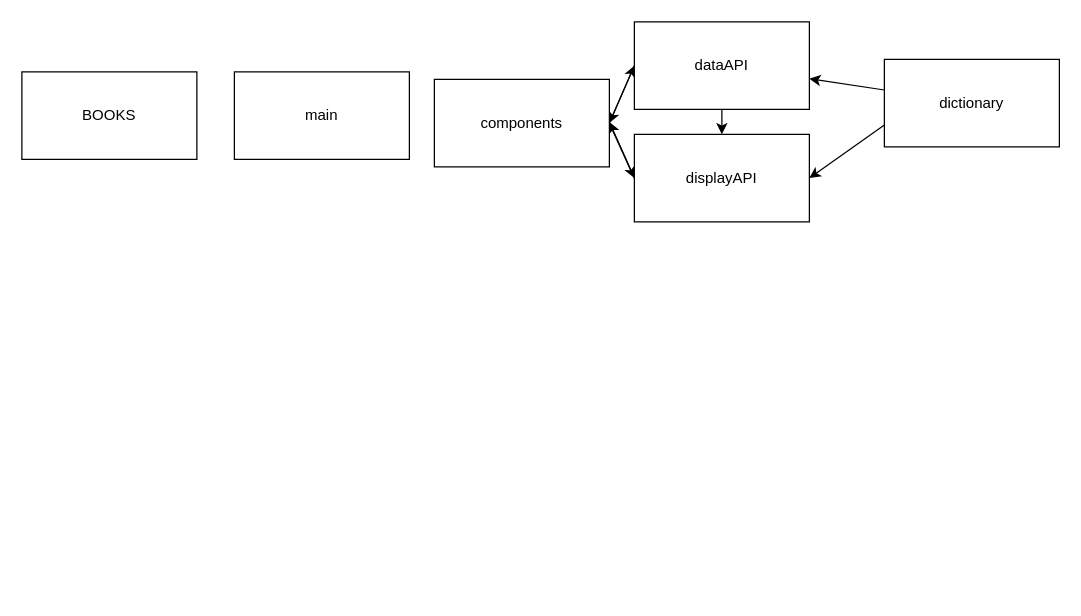
This is assets/images/dev/logic.drawio from andodaryl/ci-project-2, a draw.io file, before an edit. Source tidied: cells renumbered, new cells numbered last; positions are measured from the earlier drawing's top-left corner, leaving out a move shared by most shapes. Both pictures are drawn from the tidied source at 125%, with x=0, y=0 at pixel (21, 21).
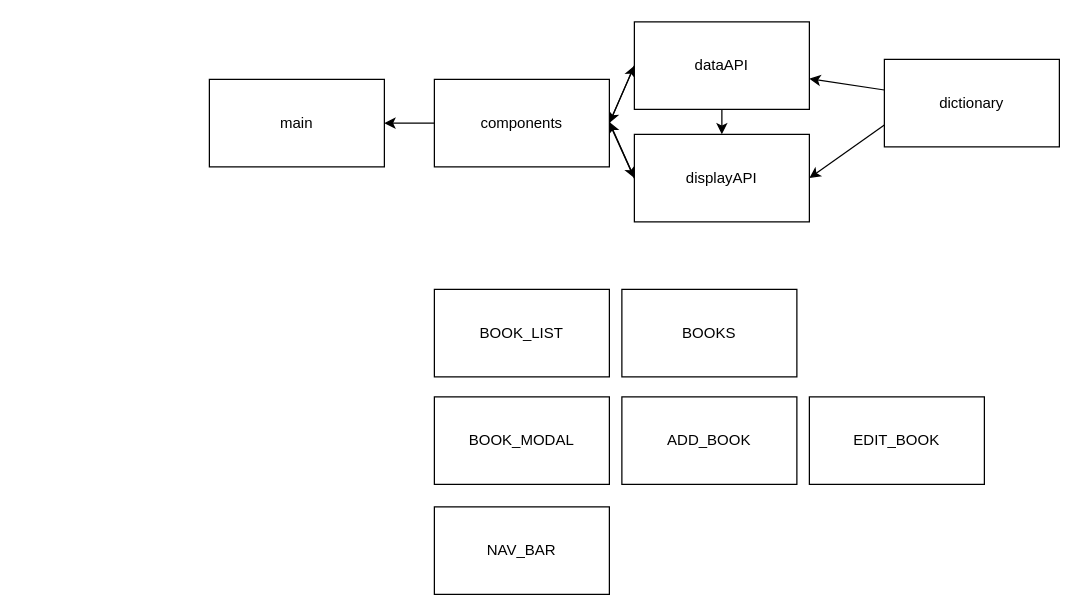
After the change.

Commit message:
Update logic structure + component list

Unchanged cells that the change refers to:
```xml
<mxCell id="13" value="components" style="whiteSpace=wrap;html=1;" parent="1" vertex="1">
  <mxGeometry x="330" y="46" width="140" height="70" as="geometry" />
</mxCell>
```

Change to the diagram source:
```diff
@@
     <mxCell id="2" value="BOOKS" style="whiteSpace=wrap;html=1;" parent="1" vertex="1">
-      <mxGeometry y="40" width="140" height="70" as="geometry" />
+      <mxGeometry x="480" y="214" width="140" height="70" as="geometry" />
     </mxCell>
@@
+    <mxCell id="15" style="edgeStyle=none;html=1;exitX=0;exitY=0.5;exitDx=0;exitDy=0;entryX=1;entryY=0.5;entryDx=0;entryDy=0;" parent="1" edge="1" source="13" target="14">
+      <mxGeometry relative="1" as="geometry" />
+    </mxCell>
@@
     <mxCell id="14" value="main" style="whiteSpace=wrap;html=1;" parent="1" vertex="1">
-      <mxGeometry x="170" y="40" width="140" height="70" as="geometry" />
+      <mxGeometry x="150" y="46" width="140" height="70" as="geometry" />
     </mxCell>
+    <mxCell id="16" value="BOOK_LIST" style="whiteSpace=wrap;html=1;" parent="1" vertex="1">
+      <mxGeometry x="330" y="214" width="140" height="70" as="geometry" />
+    </mxCell>
+    <mxCell id="17" value="NAV_BAR" style="whiteSpace=wrap;html=1;" parent="1" vertex="1">
+      <mxGeometry x="330" y="388" width="140" height="70" as="geometry" />
+    </mxCell>
+    <mxCell id="18" value="BOOK_MODAL" style="whiteSpace=wrap;html=1;" parent="1" vertex="1">
+      <mxGeometry x="330" y="300" width="140" height="70" as="geometry" />
+    </mxCell>
+    <mxCell id="19" value="ADD_BOOK" style="whiteSpace=wrap;html=1;" parent="1" vertex="1">
+      <mxGeometry x="480" y="300" width="140" height="70" as="geometry" />
+    </mxCell>
+    <mxCell id="20" value="EDIT_BOOK" style="whiteSpace=wrap;html=1;" parent="1" vertex="1">
+      <mxGeometry x="630" y="300" width="140" height="70" as="geometry" />
+    </mxCell>
```
